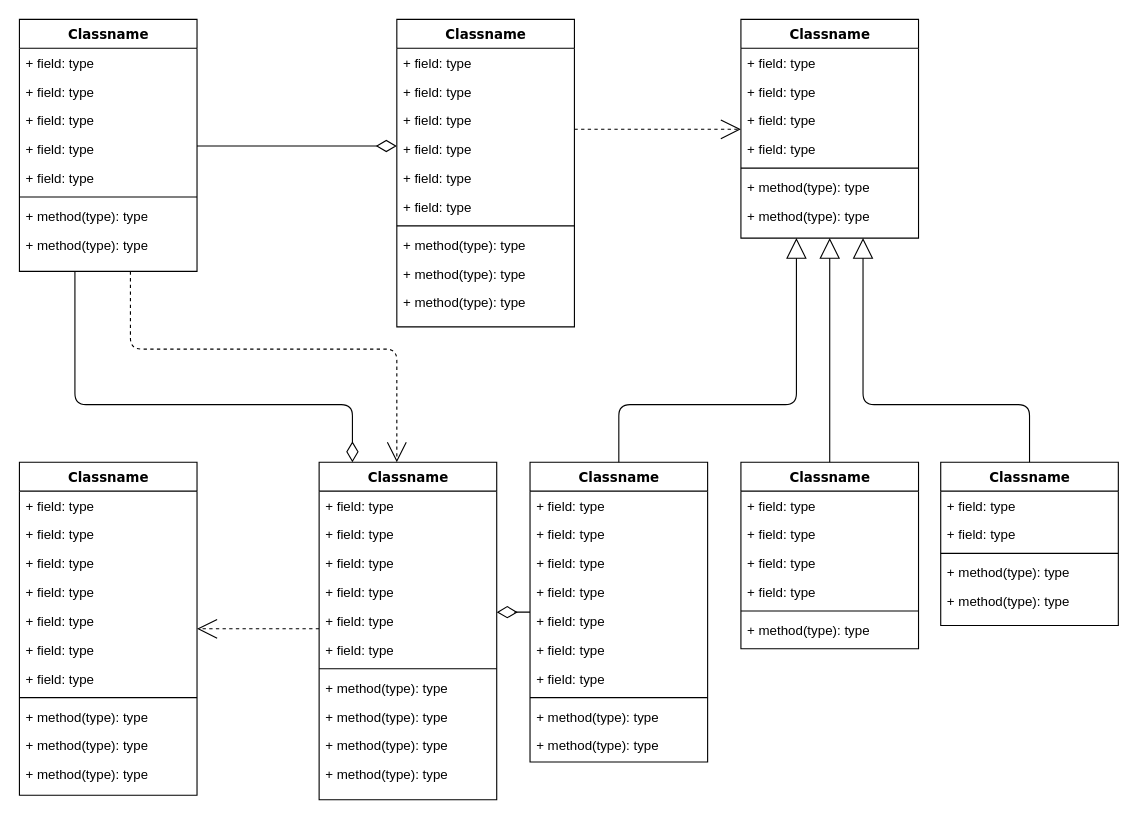
Earlier version of the draw.io diagram Untitled Diagram.drawio (HasCold/My-Outlook-ER-Diag). Source tidied: cells renumbered, new cells numbered last; positions are measured from the earlier drawing's top-left corner, leaving out a move shared by most shapes. Both pictures are drawn from the tidied source at 111%, with x=0, y=0 at pixel (19, 19).
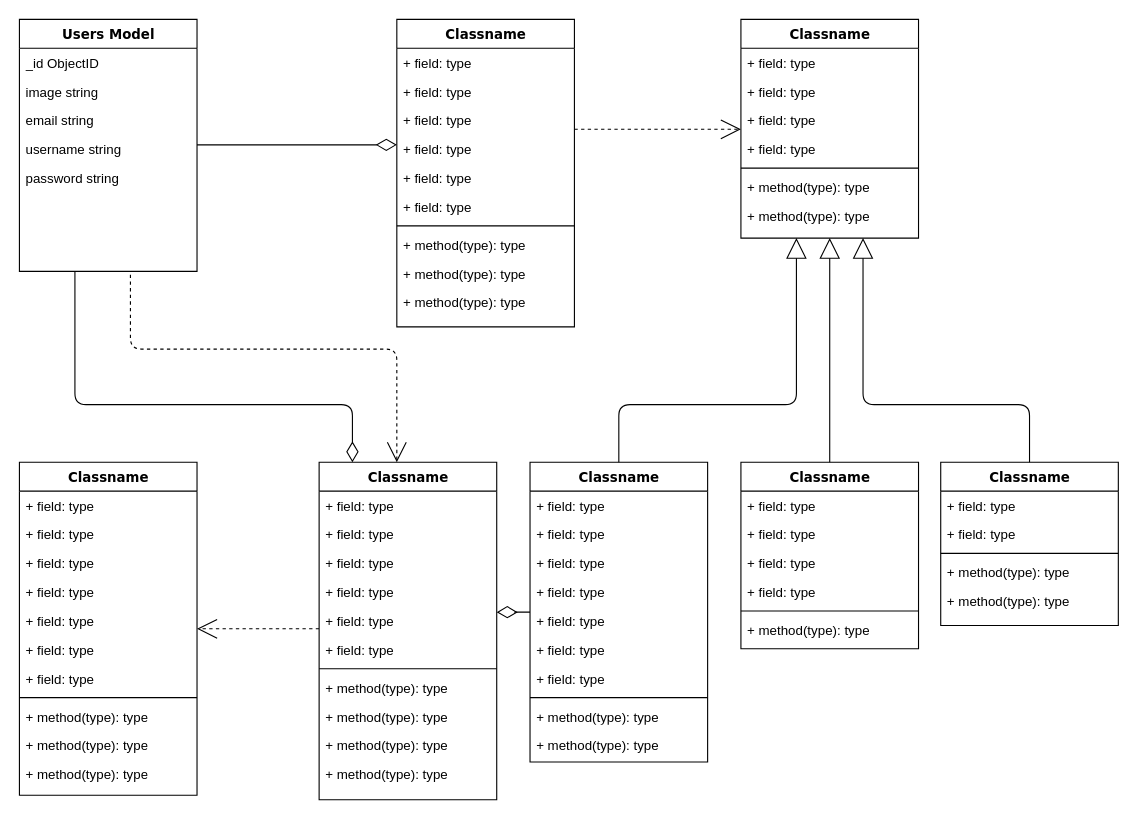
The same diagram, later.

Commit message:
Enterprise Chat App

Unchanged cells that the change refers to:
```xml
<mxCell id="14" value="Classname" style="swimlane;html=1;fontStyle=1;align=center;verticalAlign=top;horizontal=1;startSize=26;swimlaneFillColor=#ffffff;rounded=0;shadow=0;comic=0;labelBackgroundColor=none;strokeWidth=1;fillColor=none;fontFamily=Verdana;fontSize=12;" parent="1" vertex="1">
  <mxGeometry x="340" width="160" height="277" as="geometry" />
</mxCell>
<mxCell id="47" value="Classname" style="swimlane;html=1;fontStyle=1;align=center;verticalAlign=top;horizontal=1;startSize=26;swimlaneFillColor=#ffffff;rounded=0;shadow=0;comic=0;labelBackgroundColor=none;strokeWidth=1;fillColor=none;fontFamily=Verdana;fontSize=12;" parent="1" vertex="1">
  <mxGeometry x="270" y="399" width="160" height="304" as="geometry" />
</mxCell>
```

Diff of the diagram source:
```diff
@@
-    <mxCell id="2" style="edgeStyle=orthogonalEdgeStyle;html=1;labelBackgroundColor=none;startFill=0;startSize=8;endArrow=open;endFill=0;endSize=16;fontFamily=Verdana;fontSize=12;dashed=1;" parent="1" edge="1" source="4" target="47">
+    <mxCell id="2" style="edgeStyle=orthogonalEdgeStyle;html=1;labelBackgroundColor=none;startFill=0;startSize=8;endArrow=open;endFill=0;endSize=16;fontFamily=Verdana;fontSize=12;dashed=1;" parent="1" edge="1" target="47">
       <mxGeometry relative="1" as="geometry">
+        <mxPoint x="100" y="164" as="sourcePoint" />
         <Array as="points">
           <mxPoint x="100" y="297" />
           <mxPoint x="340" y="297" />
         </Array>
       </mxGeometry>
     </mxCell>
@@
-    <mxCell id="4" value="Classname" style="swimlane;html=1;fontStyle=1;align=center;verticalAlign=top;horizontal=1;startSize=26;swimlaneFillColor=#ffffff;rounded=0;shadow=0;comic=0;labelBackgroundColor=none;strokeWidth=1;fillColor=none;fontFamily=Verdana;fontSize=12;" parent="1" vertex="1">
+    <mxCell id="4" value="Users Model" style="swimlane;html=1;fontStyle=1;align=center;verticalAlign=top;horizontal=1;startSize=26;swimlaneFillColor=#ffffff;rounded=0;shadow=0;comic=0;labelBackgroundColor=none;strokeWidth=1;fillColor=none;fontFamily=Verdana;fontSize=12;" parent="1" vertex="1">
       <mxGeometry width="160" height="227" as="geometry" />
     </mxCell>
-    <mxCell id="5" value="+ field: type" style="text;html=1;strokeColor=none;fillColor=none;align=left;verticalAlign=top;spacingLeft=4;spacingRight=4;whiteSpace=wrap;overflow=hidden;" parent="4" vertex="1">
+    <mxCell id="5" value="_id ObjectID" style="text;html=1;strokeColor=none;fillColor=none;align=left;verticalAlign=top;spacingLeft=4;spacingRight=4;whiteSpace=wrap;overflow=hidden;" parent="4" vertex="1">
       <mxGeometry y="26" width="160" height="26" as="geometry" />
     </mxCell>
-    <mxCell id="6" value="+ field: type" style="text;html=1;strokeColor=none;fillColor=none;align=left;verticalAlign=top;spacingLeft=4;spacingRight=4;whiteSpace=wrap;overflow=hidden;" parent="4" vertex="1">
+    <mxCell id="6" value="image string&lt;div&gt;&lt;br&gt;&lt;/div&gt;" style="text;html=1;strokeColor=none;fillColor=none;align=left;verticalAlign=top;spacingLeft=4;spacingRight=4;whiteSpace=wrap;overflow=hidden;" parent="4" vertex="1">
       <mxGeometry y="52" width="160" height="26" as="geometry" />
     </mxCell>
-    <mxCell id="7" value="+ field: type" style="text;html=1;strokeColor=none;fillColor=none;align=left;verticalAlign=top;spacingLeft=4;spacingRight=4;whiteSpace=wrap;overflow=hidden;" parent="4" vertex="1">
+    <mxCell id="7" value="email string" style="text;html=1;strokeColor=none;fillColor=none;align=left;verticalAlign=top;spacingLeft=4;spacingRight=4;whiteSpace=wrap;overflow=hidden;" parent="4" vertex="1">
       <mxGeometry y="78" width="160" height="26" as="geometry" />
     </mxCell>
-    <mxCell id="8" value="+ field: type" style="text;html=1;strokeColor=none;fillColor=none;align=left;verticalAlign=top;spacingLeft=4;spacingRight=4;whiteSpace=wrap;overflow=hidden;" parent="4" vertex="1">
+    <mxCell id="8" value="username string" style="text;html=1;strokeColor=none;fillColor=none;align=left;verticalAlign=top;spacingLeft=4;spacingRight=4;whiteSpace=wrap;overflow=hidden;" parent="4" vertex="1">
       <mxGeometry y="104" width="160" height="26" as="geometry" />
     </mxCell>
-    <mxCell id="9" value="+ field: type" style="text;html=1;strokeColor=none;fillColor=none;align=left;verticalAlign=top;spacingLeft=4;spacingRight=4;whiteSpace=wrap;overflow=hidden;" parent="4" vertex="1">
+    <mxCell id="9" value="password string" style="text;html=1;strokeColor=none;fillColor=none;align=left;verticalAlign=top;spacingLeft=4;spacingRight=4;whiteSpace=wrap;overflow=hidden;" parent="4" vertex="1">
       <mxGeometry y="130" width="160" height="26" as="geometry" />
     </mxCell>
-    <mxCell id="10" style="line;html=1;strokeWidth=1;fillColor=none;align=left;verticalAlign=middle;spacingTop=-1;spacingLeft=3;spacingRight=3;labelPosition=right;" parent="4" vertex="1">
-      <mxGeometry y="156" width="160" height="8" as="geometry" />
-    </mxCell>
-    <mxCell id="11" value="+ method(type): type" style="text;html=1;strokeColor=none;fillColor=none;align=left;verticalAlign=top;spacingLeft=4;spacingRight=4;whiteSpace=wrap;overflow=hidden;" parent="4" vertex="1">
-      <mxGeometry y="164" width="160" height="26" as="geometry" />
-    </mxCell>
-    <mxCell id="12" value="+ method(type): type" style="text;html=1;strokeColor=none;fillColor=none;align=left;verticalAlign=top;spacingLeft=4;spacingRight=4;whiteSpace=wrap;overflow=hidden;" parent="4" vertex="1">
-      <mxGeometry y="190" width="160" height="26" as="geometry" />
-    </mxCell>
@@
-    <mxCell id="86" style="edgeStyle=elbowEdgeStyle;html=1;labelBackgroundColor=none;startFill=0;startSize=8;endArrow=diamondThin;endFill=0;endSize=16;fontFamily=Verdana;fontSize=12;elbow=vertical;" parent="1" edge="1" source="4" target="14">
-      <mxGeometry relative="1" as="geometry" />
+    <mxCell id="86" style="edgeStyle=elbowEdgeStyle;html=1;labelBackgroundColor=none;startFill=0;startSize=8;endArrow=diamondThin;endFill=0;endSize=16;fontFamily=Verdana;fontSize=12;elbow=vertical;" parent="1" edge="1">
+      <mxGeometry relative="1" as="geometry">
+        <mxPoint x="160" y="113" as="sourcePoint" />
+        <mxPoint x="340" y="113" as="targetPoint" />
+        <Array as="points">
+          <mxPoint x="200" y="113" />
+        </Array>
+      </mxGeometry>
     </mxCell>
```
